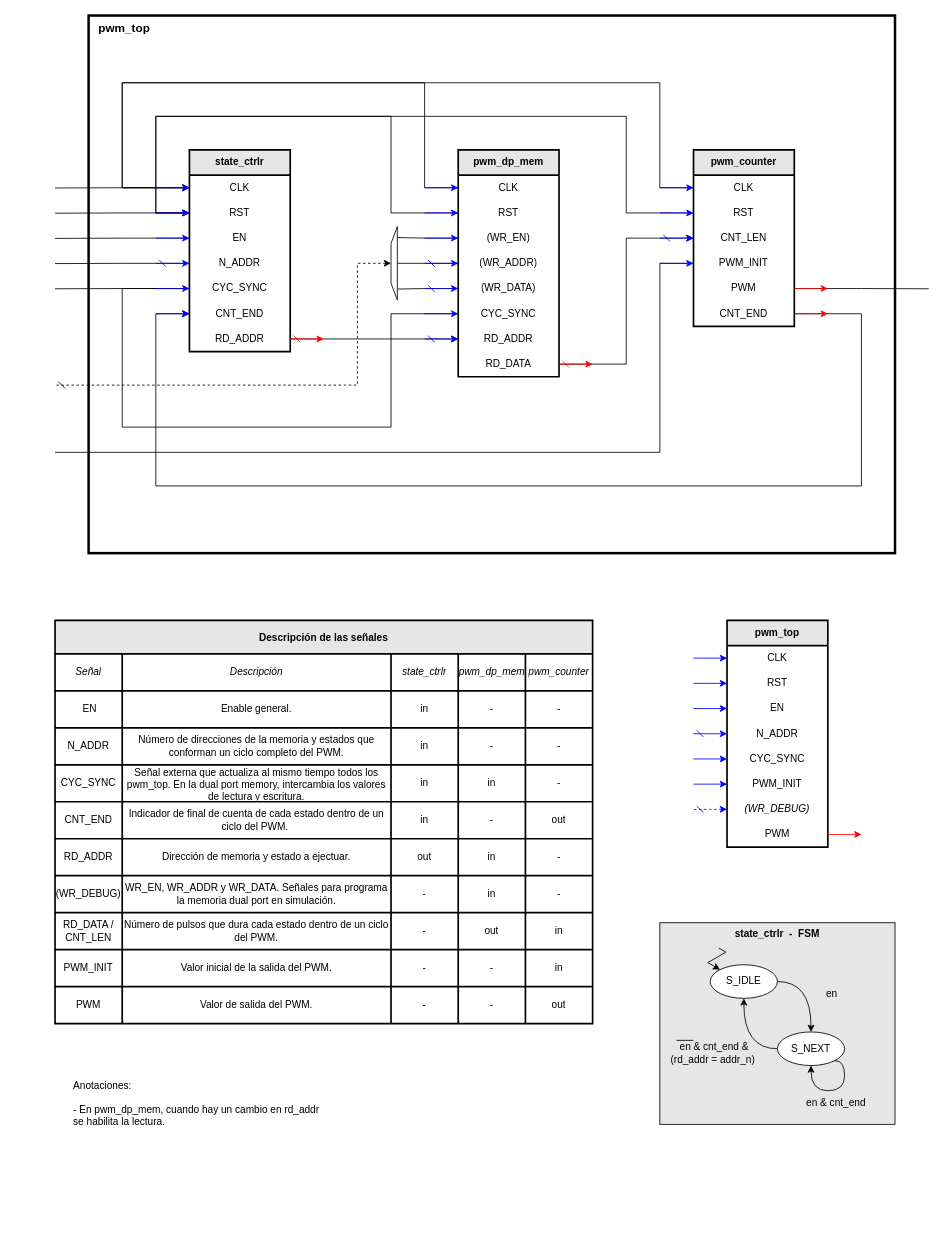
Before: docs/entities.drawio in des-cei/pwm_enjoyer, a draw.io diagram. Source tidied: cells renumbered, new cells numbered last; positions are measured from the earlier drawing's top-left corner, leaving out a move shared by most shapes. Both pictures are drawn from the tidied source at 84%, with x=0, y=0 at pixel (55, 15).
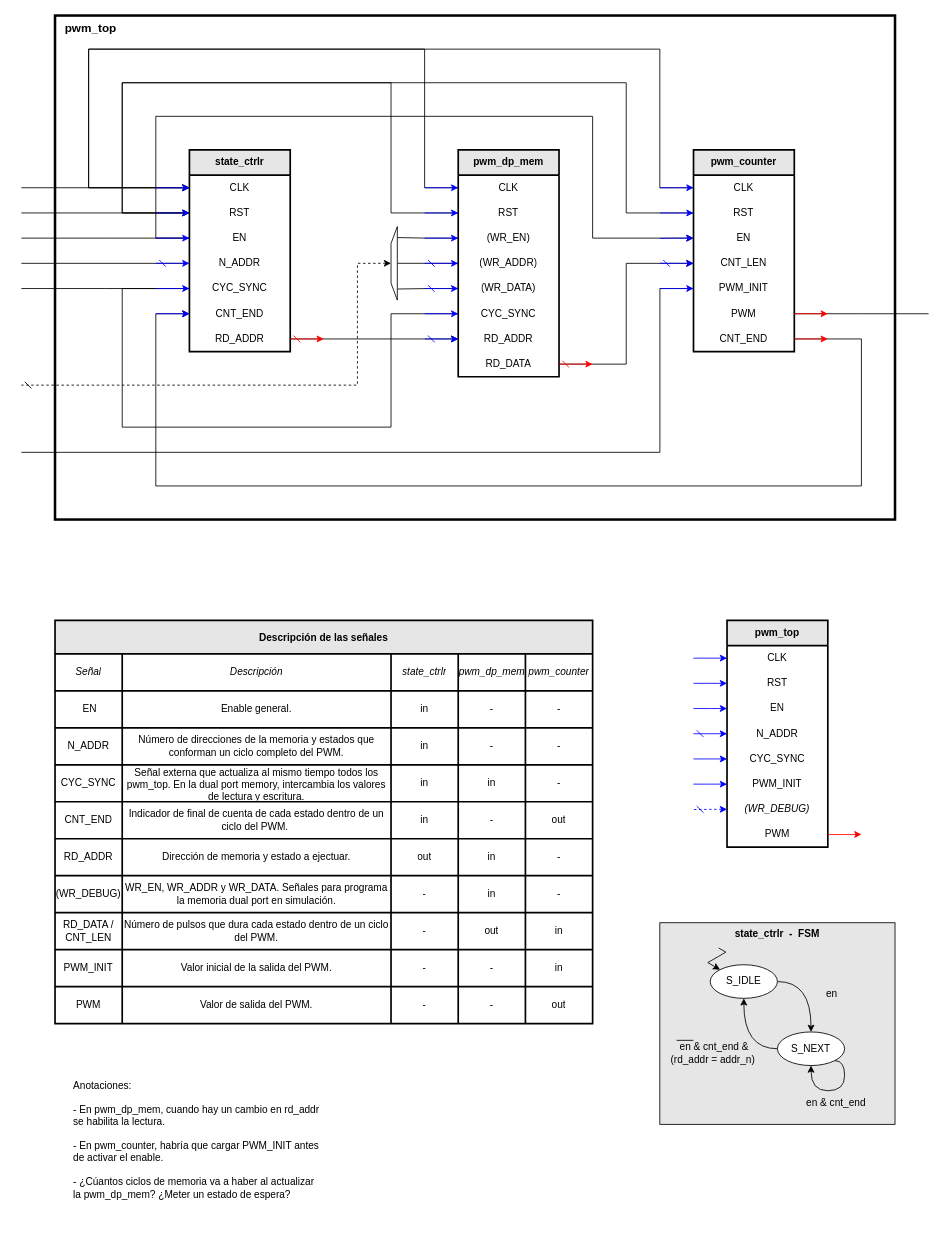
After the change.

Commit message (it also covers changes not shown here):
Replace pwm_generator with state_ctrlr and pwm_counter. WaIt for pwm_dp_mem

The change refers to these unchanged cells:
```xml
<mxCell id="15" style="verticalLabelPosition=middle;verticalAlign=middle;html=1;shape=trapezoid;perimeter=trapezoidPerimeter;whiteSpace=wrap;size=0.23;arcSize=10;flipV=1;labelPosition=center;align=center;rotation=90;points=[[0,0,0,0,0],[0,0.25,0,0,0],[0,0.5,0,0,0],[0,0.75,0,0,0],[0,1,0,0,0],[0.15,1,0,0,0],[0.25,1,0,0,0],[0.5,0,0,0,0],[0.5,1,0,0,0],[0.75,1,0,0,0],[0.85,1,0,0,0],[1,0,0,0,0],[1,0.25,0,0,0],[1,0.5,0,0,0],[1,0.75,0,0,0],[1,1,0,0,0]];" parent="1" vertex="1">
  <mxGeometry x="360" y="291.2" width="87.5" height="7.5" as="geometry" />
</mxCell>
<mxCell id="16" value="state_ctrlr" style="swimlane;fontStyle=1;horizontal=1;startSize=30;whiteSpace=wrap;html=1;strokeWidth=2;align=center;fillColor=#E6E6E6;" parent="1" vertex="1">
  <mxGeometry x="160" y="160" width="120" height="240" as="geometry" />
</mxCell>
<mxCell id="23" value="CLK" style="text;strokeColor=none;fillColor=none;align=center;verticalAlign=middle;spacingLeft=4;spacingRight=4;overflow=hidden;points=[[0,0.5],[1,0.5]];portConstraint=eastwest;whiteSpace=wrap;html=1;" parent="16" vertex="1">
  <mxGeometry y="30" width="120" height="30" as="geometry" />
</mxCell>
<mxCell id="25" value="RST" style="text;strokeColor=none;fillColor=none;align=center;verticalAlign=middle;spacingLeft=4;spacingRight=4;overflow=hidden;points=[[0,0.5],[1,0.5]];portConstraint=eastwest;whiteSpace=wrap;html=1;" parent="16" vertex="1">
  <mxGeometry y="60" width="120" height="30" as="geometry" />
</mxCell>
<mxCell id="27" value="EN" style="text;strokeColor=none;fillColor=none;align=center;verticalAlign=middle;spacingLeft=4;spacingRight=4;overflow=hidden;points=[[0,0.5],[1,0.5]];portConstraint=eastwest;whiteSpace=wrap;html=1;" parent="16" vertex="1">
  <mxGeometry y="90" width="120" height="30" as="geometry" />
</mxCell>
<mxCell id="29" value="N_ADDR" style="text;strokeColor=none;fillColor=none;align=center;verticalAlign=middle;spacingLeft=4;spacingRight=4;overflow=hidden;points=[[0,0.5],[1,0.5]];portConstraint=eastwest;whiteSpace=wrap;html=1;" parent="16" vertex="1">
  <mxGeometry y="120" width="120" height="30" as="geometry" />
</mxCell>
<mxCell id="31" value="CYC_SYNC" style="text;strokeColor=none;fillColor=none;align=center;verticalAlign=middle;spacingLeft=4;spacingRight=4;overflow=hidden;points=[[0,0.5],[1,0.5]];portConstraint=eastwest;whiteSpace=wrap;html=1;" parent="16" vertex="1">
  <mxGeometry y="150" width="120" height="30" as="geometry" />
</mxCell>
<mxCell id="33" value="CNT_END" style="text;strokeColor=none;fillColor=none;align=center;verticalAlign=middle;spacingLeft=4;spacingRight=4;overflow=hidden;points=[[0,0.5],[1,0.5]];portConstraint=eastwest;whiteSpace=wrap;html=1;" parent="16" vertex="1">
  <mxGeometry y="180" width="120" height="30" as="geometry" />
</mxCell>
<mxCell id="38" value="CLK" style="text;strokeColor=none;fillColor=none;align=center;verticalAlign=middle;spacingLeft=4;spacingRight=4;overflow=hidden;points=[[0,0.5],[1,0.5]];portConstraint=eastwest;whiteSpace=wrap;html=1;" parent="36" vertex="1">
  <mxGeometry y="30" width="120" height="30" as="geometry" />
</mxCell>
<mxCell id="40" value="RST" style="text;strokeColor=none;fillColor=none;align=center;verticalAlign=middle;spacingLeft=4;spacingRight=4;overflow=hidden;points=[[0,0.5],[1,0.5]];portConstraint=eastwest;whiteSpace=wrap;html=1;" parent="36" vertex="1">
  <mxGeometry y="60" width="120" height="30" as="geometry" />
</mxCell>
<mxCell id="52" value="RD_DATA" style="text;strokeColor=none;fillColor=none;align=center;verticalAlign=middle;spacingLeft=4;spacingRight=4;overflow=hidden;points=[[0,0.5],[1,0.5]];portConstraint=eastwest;whiteSpace=wrap;html=1;" parent="36" vertex="1">
  <mxGeometry y="240" width="120" height="30" as="geometry" />
</mxCell>
<mxCell id="57" value="CLK" style="text;strokeColor=none;fillColor=none;align=center;verticalAlign=middle;spacingLeft=4;spacingRight=4;overflow=hidden;points=[[0,0.5],[1,0.5]];portConstraint=eastwest;whiteSpace=wrap;html=1;" parent="53" vertex="1">
  <mxGeometry y="30" width="120" height="30" as="geometry" />
</mxCell>
<mxCell id="59" value="RST" style="text;strokeColor=none;fillColor=none;align=center;verticalAlign=middle;spacingLeft=4;spacingRight=4;overflow=hidden;points=[[0,0.5],[1,0.5]];portConstraint=eastwest;whiteSpace=wrap;html=1;" parent="53" vertex="1">
  <mxGeometry y="60" width="120" height="30" as="geometry" />
</mxCell>
```

Diff of the diagram source:
```diff
@@
     <mxCell id="2" value="pwm_top" style="rounded=0;whiteSpace=wrap;html=1;fontStyle=1;verticalAlign=top;align=left;spacingLeft=10;fontSize=14;strokeWidth=3;" parent="1" vertex="1">
-      <mxGeometry x="40" width="960" height="640" as="geometry" />
+      <mxGeometry width="1000" height="600" as="geometry" />
     </mxCell>
+    <mxCell id="159" style="edgeStyle=orthogonalEdgeStyle;rounded=0;jettySize=auto;html=1;exitX=0;exitY=0.5;exitDx=0;exitDy=0;entryX=0;entryY=0.5;entryDx=0;entryDy=0;" parent="1" edge="1" source="27" target="161">
+      <mxGeometry relative="1" as="geometry">
+        <Array as="points">
+          <mxPoint x="120" y="265" />
+          <mxPoint x="120" y="120" />
+          <mxPoint x="640" y="120" />
+          <mxPoint x="640" y="265" />
+        </Array>
+      </mxGeometry>
+    </mxCell>
@@
     <mxCell id="4" style="edgeStyle=orthogonalEdgeStyle;rounded=0;jettySize=auto;html=1;exitX=0;exitY=0.5;exitDx=0;exitDy=0;entryX=0;entryY=0.5;entryDx=0;entryDy=0;" parent="1" edge="1" source="38" target="23">
       <mxGeometry relative="1" as="geometry">
         <Array as="points">
           <mxPoint x="440" y="205" />
-          <mxPoint x="440" y="80" />
-          <mxPoint x="80" y="80" />
-          <mxPoint x="80" y="205" />
+          <mxPoint x="440" y="40" />
+          <mxPoint x="40" y="40" />
+          <mxPoint x="40" y="205" />
         </Array>
       </mxGeometry>
     </mxCell>
     <mxCell id="5" style="edgeStyle=orthogonalEdgeStyle;rounded=0;jettySize=auto;html=1;exitX=0;exitY=0.5;exitDx=0;exitDy=0;entryX=0;entryY=0.5;entryDx=0;entryDy=0;" parent="1" edge="1" source="57" target="23">
       <mxGeometry relative="1" as="geometry">
         <Array as="points">
           <mxPoint x="720" y="205" />
-          <mxPoint x="720" y="80" />
-          <mxPoint x="80" y="80" />
-          <mxPoint x="80" y="205" />
+          <mxPoint x="720" y="40" />
+          <mxPoint x="40" y="40" />
+          <mxPoint x="40" y="205" />
         </Array>
       </mxGeometry>
     </mxCell>
     <mxCell id="6" style="edgeStyle=orthogonalEdgeStyle;rounded=0;jettySize=auto;html=1;exitX=0;exitY=0.5;exitDx=0;exitDy=0;entryX=0;entryY=0.5;entryDx=0;entryDy=0;" parent="1" edge="1" source="40" target="25">
       <mxGeometry relative="1" as="geometry">
         <Array as="points">
           <mxPoint x="400" y="235" />
-          <mxPoint x="400" y="120" />
-          <mxPoint x="120" y="120" />
-          <mxPoint x="120" y="235" />
+          <mxPoint x="400" y="80" />
+          <mxPoint x="80" y="80" />
+          <mxPoint x="80" y="235" />
         </Array>
       </mxGeometry>
     </mxCell>
     <mxCell id="7" style="edgeStyle=orthogonalEdgeStyle;rounded=0;jettySize=auto;html=1;exitX=0;exitY=0.5;exitDx=0;exitDy=0;entryX=0;entryY=0.5;entryDx=0;entryDy=0;" parent="1" edge="1" source="59" target="25">
       <mxGeometry relative="1" as="geometry">
         <Array as="points">
           <mxPoint x="680" y="235" />
-          <mxPoint x="680" y="120" />
-          <mxPoint x="120" y="120" />
-          <mxPoint x="120" y="235" />
+          <mxPoint x="680" y="80" />
+          <mxPoint x="80" y="80" />
+          <mxPoint x="80" y="235" />
         </Array>
       </mxGeometry>
     </mxCell>
     <mxCell id="8" style="edgeStyle=orthogonalEdgeStyle;rounded=0;jettySize=auto;html=1;exitX=1;exitY=0.5;exitDx=0;exitDy=0;entryX=0;entryY=0.5;entryDx=0;entryDy=0;" parent="1" edge="1" source="67" target="33">
       <mxGeometry relative="1" as="geometry">
         <Array as="points">
-          <mxPoint x="960" y="355" />
+          <mxPoint x="960" y="385" />
           <mxPoint x="960" y="560" />
           <mxPoint x="120" y="560" />
           <mxPoint x="120" y="355" />
         </Array>
       </mxGeometry>
     </mxCell>
-    <mxCell id="9" style="edgeStyle=orthogonalEdgeStyle;rounded=0;jettySize=auto;html=1;exitX=1;exitY=0.5;exitDx=0;exitDy=0;entryX=0;entryY=0.5;entryDx=0;entryDy=0;" parent="1" edge="1" source="52" target="53">
+    <mxCell id="9" style="edgeStyle=orthogonalEdgeStyle;rounded=0;jettySize=auto;html=1;exitX=1;exitY=0.5;exitDx=0;exitDy=0;entryX=0;entryY=0.5;entryDx=0;entryDy=0;" parent="1" edge="1" source="52" target="61">
       <mxGeometry relative="1" as="geometry">
         <Array as="points">
           <mxPoint x="680" y="415" />
-          <mxPoint x="680" y="265" />
+          <mxPoint x="680" y="295" />
         </Array>
       </mxGeometry>
     </mxCell>
@@
     <mxCell id="14" style="edgeStyle=orthogonalEdgeStyle;rounded=0;jettySize=auto;html=1;exitX=0.5;exitY=0;exitDx=0;exitDy=0;exitPerimeter=0;endArrow=dash;startFill=1;startArrow=classic;dashed=1;endFill=0;" parent="1" edge="1" source="15">
       <mxGeometry relative="1" as="geometry">
-        <mxPoint y="440" as="targetPoint" />
+        <mxPoint x="-40" y="440" as="targetPoint" />
         <Array as="points">
           <mxPoint x="360" y="295" />
           <mxPoint x="360" y="440" />
         </Array>
       </mxGeometry>
     </mxCell>
@@
     <mxCell id="17" style="edgeStyle=orthogonalEdgeStyle;rounded=0;jettySize=auto;html=1;exitX=0;exitY=0.5;exitDx=0;exitDy=0;endArrow=none;startFill=0;startArrow=none;endFill=1;" parent="16" edge="1" source="23">
       <mxGeometry relative="1" as="geometry">
-        <mxPoint x="-160" y="45.3" as="targetPoint" />
+        <mxPoint x="-200" y="45" as="targetPoint" />
       </mxGeometry>
     </mxCell>
     <mxCell id="18" style="edgeStyle=orthogonalEdgeStyle;rounded=0;jettySize=auto;html=1;exitX=0;exitY=0.5;exitDx=0;exitDy=0;endArrow=none;startFill=0;" parent="16" edge="1" source="25">
       <mxGeometry relative="1" as="geometry">
-        <mxPoint x="-160" y="75.3" as="targetPoint" />
+        <mxPoint x="-200" y="75" as="targetPoint" />
       </mxGeometry>
     </mxCell>
     <mxCell id="19" style="edgeStyle=orthogonalEdgeStyle;rounded=0;jettySize=auto;html=1;exitX=0;exitY=0.5;exitDx=0;exitDy=0;endArrow=none;startFill=0;" parent="16" edge="1" source="27">
       <mxGeometry relative="1" as="geometry">
-        <mxPoint x="-160" y="105.3" as="targetPoint" />
+        <mxPoint x="-200" y="105" as="targetPoint" />
       </mxGeometry>
     </mxCell>
     <mxCell id="20" style="edgeStyle=orthogonalEdgeStyle;rounded=0;jettySize=auto;html=1;exitX=0;exitY=0.5;exitDx=0;exitDy=0;endArrow=none;startFill=0;" parent="16" edge="1" source="29">
       <mxGeometry relative="1" as="geometry">
-        <mxPoint x="-160" y="135.3" as="targetPoint" />
+        <mxPoint x="-200" y="135" as="targetPoint" />
       </mxGeometry>
     </mxCell>
     <mxCell id="21" style="edgeStyle=orthogonalEdgeStyle;rounded=0;jettySize=auto;html=1;exitX=0;exitY=0.5;exitDx=0;exitDy=0;endArrow=none;startFill=0;" parent="16" edge="1" source="31">
       <mxGeometry relative="1" as="geometry">
-        <mxPoint x="-160" y="165.3" as="targetPoint" />
+        <mxPoint x="-200" y="165" as="targetPoint" />
       </mxGeometry>
     </mxCell>
@@
     <mxCell id="53" value="pwm_counter" style="swimlane;fontStyle=1;horizontal=1;startSize=30;whiteSpace=wrap;html=1;strokeWidth=2;align=center;fillColor=#E6E6E6;" parent="1" vertex="1">
-      <mxGeometry x="760.1" y="160" width="120" height="210" as="geometry" />
+      <mxGeometry x="760.1" y="160" width="120" height="240" as="geometry" />
     </mxCell>
     <mxCell id="54" style="edgeStyle=orthogonalEdgeStyle;rounded=0;jettySize=auto;html=1;exitX=1;exitY=0.5;exitDx=0;exitDy=0;endArrow=none;startFill=0;" parent="53" edge="1" source="65">
       <mxGeometry relative="1" as="geometry">
-        <mxPoint x="280" y="165.3" as="targetPoint" />
+        <mxPoint x="279.9" y="195" as="targetPoint" />
       </mxGeometry>
     </mxCell>
     <mxCell id="55" style="edgeStyle=orthogonalEdgeStyle;rounded=0;jettySize=auto;html=1;exitX=0;exitY=0.5;exitDx=0;exitDy=0;endArrow=none;startFill=0;" parent="53" edge="1" source="63">
       <mxGeometry relative="1" as="geometry">
-        <mxPoint x="-760.1" y="360" as="targetPoint" />
+        <mxPoint x="-800.1" y="360" as="targetPoint" />
         <Array as="points">
-          <mxPoint x="-40" y="135" />
+          <mxPoint x="-40" y="165" />
           <mxPoint x="-40" y="360" />
-          <mxPoint x="-760" y="360" />
         </Array>
       </mxGeometry>
     </mxCell>
@@
     <mxCell id="60" style="edgeStyle=orthogonalEdgeStyle;rounded=0;jettySize=auto;html=1;endArrow=dash;startFill=1;startArrow=classic;strokeColor=#0000FF;endFill=0;" parent="53" edge="1" source="61">
       <mxGeometry relative="1" as="geometry">
-        <mxPoint x="-40" y="105" as="targetPoint" />
+        <mxPoint x="-40.1" y="135" as="targetPoint" />
       </mxGeometry>
     </mxCell>
+    <mxCell id="160" style="edgeStyle=orthogonalEdgeStyle;rounded=0;jettySize=auto;html=1;exitX=0;exitY=0.5;exitDx=0;exitDy=0;endArrow=none;startFill=1;startArrow=classic;strokeColor=#0000FF;" parent="53" edge="1" source="161">
+      <mxGeometry relative="1" as="geometry">
+        <mxPoint x="-40.1" y="105.3" as="targetPoint" />
+      </mxGeometry>
+    </mxCell>
+    <mxCell id="161" value="EN" style="text;strokeColor=none;fillColor=none;align=center;verticalAlign=middle;spacingLeft=4;spacingRight=4;overflow=hidden;points=[[0,0.5],[1,0.5]];portConstraint=eastwest;whiteSpace=wrap;html=1;" parent="53" vertex="1">
+      <mxGeometry y="90" width="120" height="30" as="geometry" />
+    </mxCell>
     <mxCell id="61" value="CNT_LEN" style="text;strokeColor=none;fillColor=none;align=center;verticalAlign=middle;spacingLeft=4;spacingRight=4;overflow=hidden;points=[[0,0.5],[1,0.5]];portConstraint=eastwest;whiteSpace=wrap;html=1;" parent="53" vertex="1">
-      <mxGeometry y="90" width="120" height="30" as="geometry" />
+      <mxGeometry y="120" width="120" height="30" as="geometry" />
     </mxCell>
     <mxCell id="62" style="edgeStyle=orthogonalEdgeStyle;rounded=0;jettySize=auto;html=1;startArrow=classic;startFill=1;endArrow=none;strokeColor=#0000FF;" parent="53" edge="1" source="63">
       <mxGeometry relative="1" as="geometry">
-        <mxPoint x="-40" y="135" as="targetPoint" />
+        <mxPoint x="-40.1" y="165" as="targetPoint" />
       </mxGeometry>
     </mxCell>
     <mxCell id="63" value="PWM_INIT" style="text;strokeColor=none;fillColor=none;align=center;verticalAlign=middle;spacingLeft=4;spacingRight=4;overflow=hidden;points=[[0,0.5],[1,0.5]];portConstraint=eastwest;whiteSpace=wrap;html=1;" parent="53" vertex="1">
-      <mxGeometry y="120" width="120" height="30" as="geometry" />
+      <mxGeometry y="150" width="120" height="30" as="geometry" />
     </mxCell>
     <mxCell id="64" style="edgeStyle=orthogonalEdgeStyle;rounded=0;jettySize=auto;html=1;strokeColor=#FF0000;" parent="53" edge="1" source="65">
       <mxGeometry relative="1" as="geometry">
-        <mxPoint x="160" y="165" as="targetPoint" />
+        <mxPoint x="159.9" y="195" as="targetPoint" />
       </mxGeometry>
     </mxCell>
     <mxCell id="65" value="PWM" style="text;strokeColor=none;fillColor=none;align=center;verticalAlign=middle;spacingLeft=4;spacingRight=4;overflow=hidden;points=[[0,0.5],[1,0.5]];portConstraint=eastwest;whiteSpace=wrap;html=1;" parent="53" vertex="1">
-      <mxGeometry y="150" width="120" height="30" as="geometry" />
+      <mxGeometry y="180" width="120" height="30" as="geometry" />
     </mxCell>
     <mxCell id="66" style="edgeStyle=orthogonalEdgeStyle;rounded=0;jettySize=auto;html=1;strokeColor=#FF0000;" parent="53" edge="1" source="67">
       <mxGeometry relative="1" as="geometry">
-        <mxPoint x="160" y="195" as="targetPoint" />
+        <mxPoint x="159.9" y="225" as="targetPoint" />
       </mxGeometry>
     </mxCell>
     <mxCell id="67" value="CNT_END" style="text;strokeColor=none;fillColor=none;align=center;verticalAlign=middle;spacingLeft=4;spacingRight=4;overflow=hidden;points=[[0,0.5],[1,0.5]];portConstraint=eastwest;whiteSpace=wrap;html=1;" parent="53" vertex="1">
-      <mxGeometry y="180" width="120" height="30" as="geometry" />
+      <mxGeometry y="210" width="120" height="30" as="geometry" />
     </mxCell>
@@
-    <mxCell id="158" value="Anotaciones:&lt;div&gt;&lt;br&gt;&lt;/div&gt;&lt;div&gt;- En pwm_dp_mem, cuando hay un cambio en rd_addr se habilita la lectura.&lt;/div&gt;&lt;div&gt;&lt;br&gt;&lt;/div&gt;&lt;div&gt;&lt;br&gt;&lt;/div&gt;" style="text;html=1;align=left;verticalAlign=top;whiteSpace=wrap;rounded=0;" parent="1" vertex="1">
+    <mxCell id="158" value="Anotaciones:&lt;div&gt;&lt;br&gt;&lt;/div&gt;&lt;div&gt;- En pwm_dp_mem, cuando hay un cambio en rd_addr se habilita la lectura.&lt;/div&gt;&lt;div&gt;&lt;br&gt;&lt;/div&gt;&lt;div&gt;- En pwm_counter, habría que cargar PWM_INIT antes de activar el enable.&lt;/div&gt;&lt;div&gt;&lt;br&gt;&lt;/div&gt;&lt;div&gt;- ¿Cúantos ciclos de memoria va a haber al actualizar la pwm_dp_mem? ¿Meter un estado de espera?&lt;/div&gt;&lt;div&gt;&lt;br&gt;&lt;/div&gt;&lt;div&gt;&lt;br&gt;&lt;/div&gt;" style="text;html=1;align=left;verticalAlign=top;whiteSpace=wrap;rounded=0;" parent="1" vertex="1">
       <mxGeometry x="20" y="1260" width="300" height="170" as="geometry" />
     </mxCell>
```
